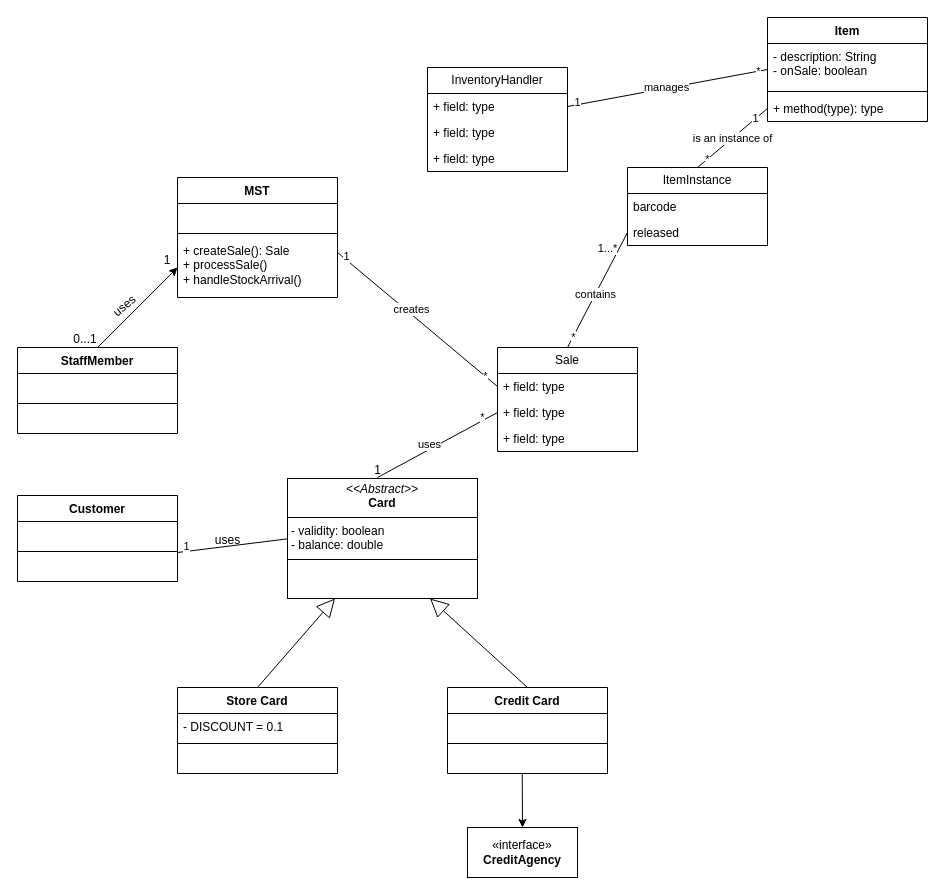
Before: page "Page-2" (2 of 2) of workshop5-week6.drawio in antonykimuom/SWEN30006-2025-SM1-workshop1-tuew05-14-00-team-12, a draw.io diagram. Source tidied: cells renumbered, new cells numbered last; positions are measured from the earlier drawing's top-left corner, leaving out a move shared by most shapes. Both pictures are drawn from the tidied source at 100%, with x=0, y=0 at pixel (17, 17).
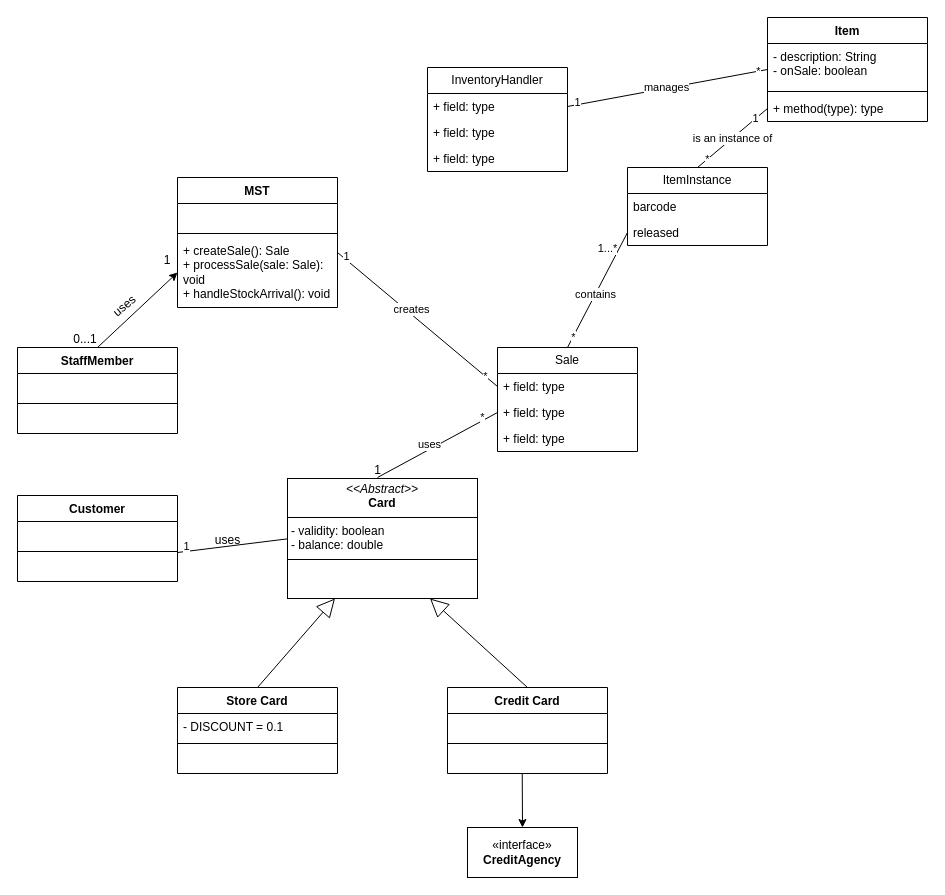
The same page after the edit.

Diff of the diagram source:
```diff
@@
     <mxCell id="38" value="MST" style="swimlane;fontStyle=1;align=center;verticalAlign=top;horizontal=1;startSize=26;whiteSpace=wrap;html=1;" parent="1" vertex="1">
-      <mxGeometry x="160" y="160" width="160" height="120" as="geometry" />
+      <mxGeometry x="160" y="160" width="160" height="130" as="geometry" />
     </mxCell>
@@
-    <mxCell id="41" value="+ createSale(): Sale&lt;div&gt;+ processSale()&lt;/div&gt;&lt;div&gt;+ handleStockArrival()&lt;/div&gt;" style="text;strokeColor=none;fillColor=none;align=left;verticalAlign=top;spacingLeft=4;spacingRight=4;overflow=hidden;points=[[0,0.5],[1,0.5]];portConstraint=eastwest;whiteSpace=wrap;html=1;" parent="38" vertex="1">
-      <mxGeometry y="60" width="160" height="60" as="geometry" />
+    <mxCell id="41" value="+ createSale(): Sale&lt;div&gt;+ processSale(sale: Sale): void&lt;/div&gt;&lt;div&gt;+ handleStockArrival(): void&lt;/div&gt;" style="text;strokeColor=none;fillColor=none;align=left;verticalAlign=top;spacingLeft=4;spacingRight=4;overflow=hidden;points=[[0,0.5],[1,0.5]];portConstraint=eastwest;whiteSpace=wrap;html=1;" parent="38" vertex="1">
+      <mxGeometry y="60" width="160" height="70" as="geometry" />
     </mxCell>
```
